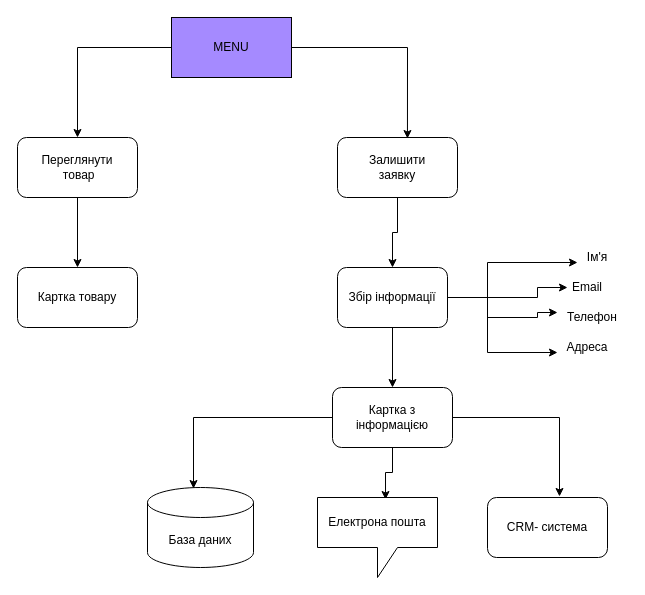
MEvgen/test2 keeps this draw.io diagram as chatbot2.drawio. Above is the earlier version. Source tidied: cells renumbered, new cells numbered last; positions are measured from the earlier drawing's top-left corner, leaving out a move shared by most shapes. Both pictures are drawn from the tidied source at 100%, with x=0, y=0 at pixel (17, 17).
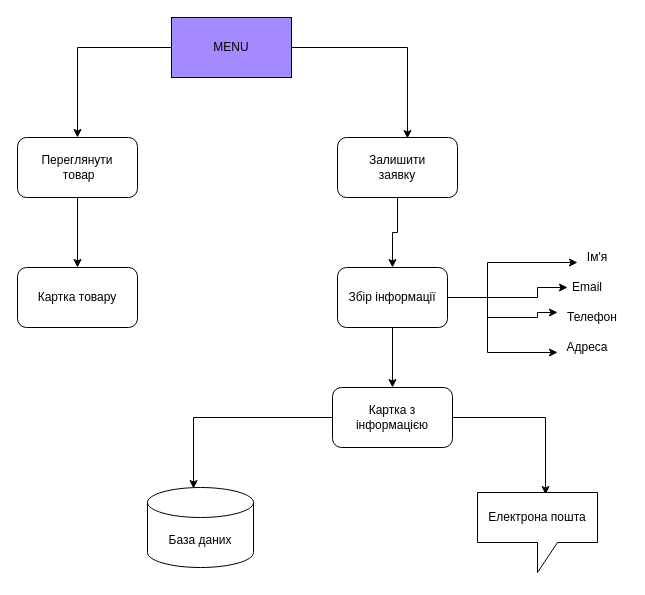
Above is the later version.

Unchanged cells that the change refers to:
```xml
<mxCell id="23" value="Картка з &lt;br&gt;інформацією" style="rounded=1;whiteSpace=wrap;html=1;" parent="1" vertex="1">
  <mxGeometry x="315" y="370" width="120" height="60" as="geometry" />
</mxCell>
```

Diff of the diagram source:
```diff
@@
-    <mxCell id="22" style="edgeStyle=orthogonalEdgeStyle;rounded=0;jettySize=auto;html=1;entryX=0.6;entryY=-0.017;entryDx=0;entryDy=0;entryPerimeter=0;" parent="1" edge="1" source="23" target="26">
-      <mxGeometry relative="1" as="geometry" />
-    </mxCell>
@@
     <mxCell id="25" value="Електрона пошта" style="shape=callout;whiteSpace=wrap;html=1;perimeter=calloutPerimeter;" parent="1" vertex="1">
-      <mxGeometry x="300" y="480" width="120" height="80" as="geometry" />
+      <mxGeometry x="460" y="475" width="120" height="80" as="geometry" />
     </mxCell>
-    <mxCell id="26" value="CRM- система" style="rounded=1;whiteSpace=wrap;html=1;" parent="1" vertex="1">
-      <mxGeometry x="470" y="480" width="120" height="60" as="geometry" />
-    </mxCell>
```
